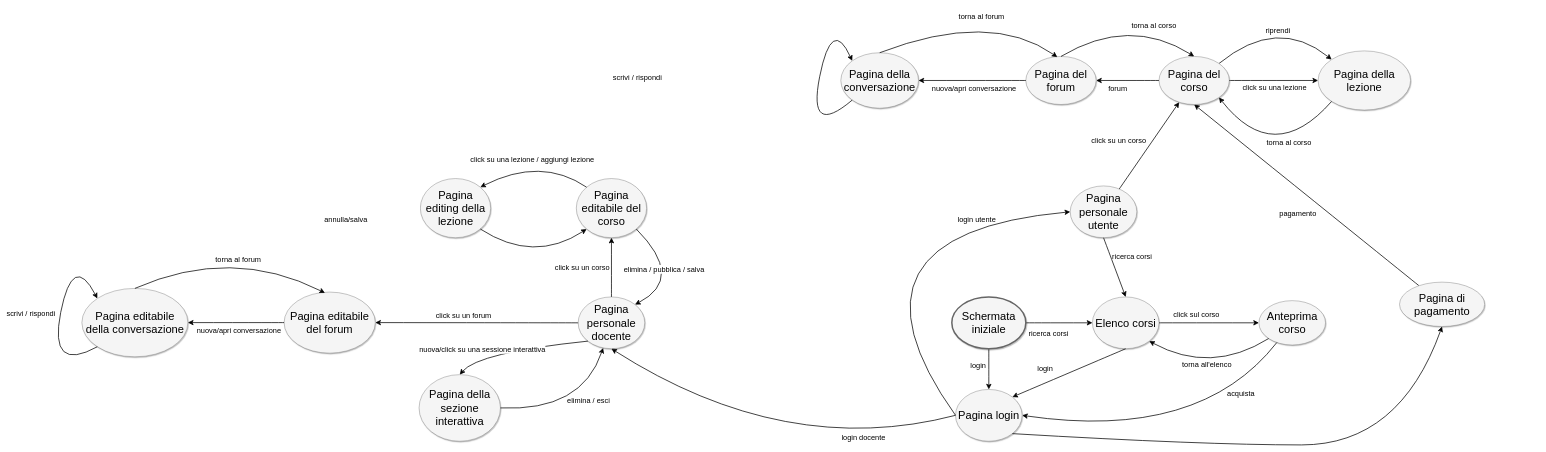
Before: Untitled Diagram.drawio in PaleAle0704/tdp, a draw.io diagram. Source tidied: cells renumbered, new cells numbered last; positions are measured from the earlier drawing's top-left corner, leaving out a move shared by most shapes. Both pictures are drawn from the tidied source at 37%, with x=0, y=0 at pixel (48, 10).
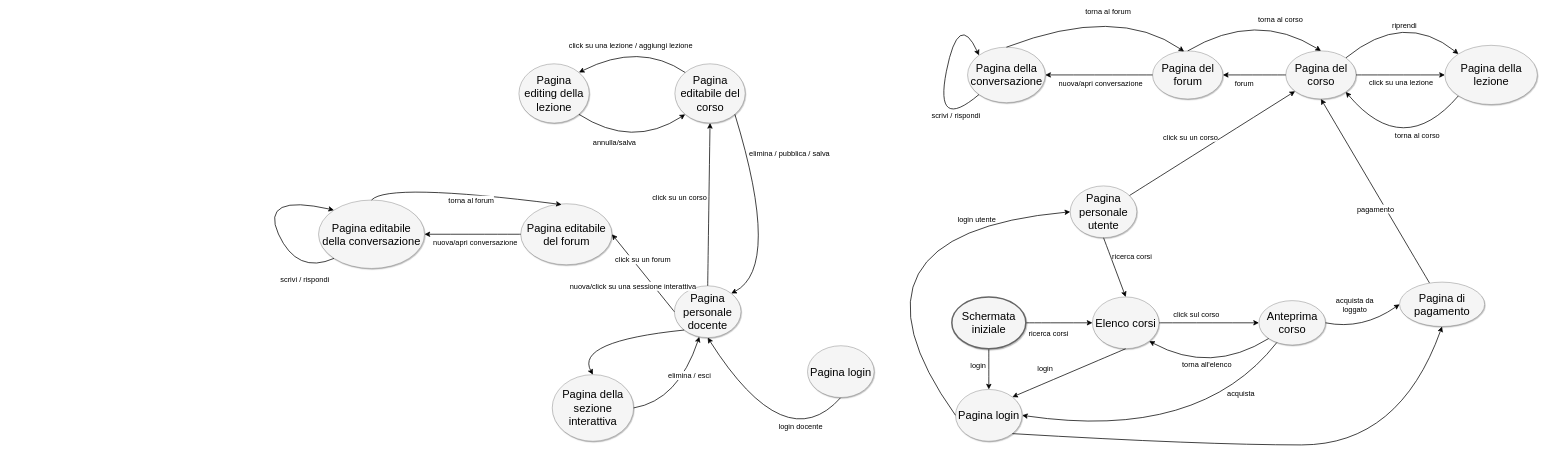
The same page after the edit.

Commit message:
diagrammi separati

Unchanged cells that the change refers to:
```xml
<mxCell id="15" value="Anteprima corso" style="ellipse;whiteSpace=wrap;html=1;rounded=0;shadow=1;strokeColor=#666666;strokeWidth=1;fontSize=30;align=center;fillColor=#f5f5f5;" parent="1" vertex="1">
  <mxGeometry x="3271" y="785" width="180" height="120" as="geometry" />
</mxCell>
<mxCell id="21" value="Pagina di pagamento" style="ellipse;whiteSpace=wrap;html=1;rounded=0;shadow=1;strokeColor=#666666;strokeWidth=1;fontSize=30;align=center;fillColor=#f5f5f5;" parent="1" vertex="1">
  <mxGeometry x="3651" y="735" width="230" height="120" as="geometry" />
</mxCell>
<mxCell id="31" value="Pagina login" style="ellipse;whiteSpace=wrap;html=1;rounded=0;shadow=1;strokeColor=#666666;strokeWidth=1;fontSize=30;align=center;fillColor=#f5f5f5;" parent="1" vertex="1">
  <mxGeometry x="2451" y="1025" width="180" height="140" as="geometry" />
</mxCell>
<mxCell id="53" style="edgeStyle=none;curved=1;html=1;startSize=10;endFill=1;endSize=10;strokeWidth=2;fontSize=12;entryX=0.5;entryY=1;entryDx=0;entryDy=0;exitX=0.5;exitY=0;exitDx=0;exitDy=0;" parent="1" edge="1" source="49" target="52">
  <mxGeometry relative="1" as="geometry" />
</mxCell>
```

What changed in the source:
```diff
@@
     <mxCell id="16" style="edgeStyle=none;curved=1;html=1;startSize=10;endFill=1;endSize=10;strokeWidth=2;fontSize=12;entryX=0;entryY=0;entryDx=0;entryDy=0;exitX=1;exitY=0;exitDx=0;exitDy=0;" parent="1" edge="1" source="18" target="25">
       <mxGeometry relative="1" as="geometry">
         <Array as="points">
-          <mxPoint x="3320.9" y="15" />
+          <mxPoint x="3663.5" />
         </Array>
       </mxGeometry>
     </mxCell>
@@
     <mxCell id="18" value="Pagina del corso" style="ellipse;whiteSpace=wrap;html=1;rounded=0;shadow=1;strokeColor=#666666;strokeWidth=1;fontSize=30;align=center;fillColor=#f5f5f5;" parent="1" vertex="1">
-      <mxGeometry x="3001" y="125" width="190" height="130" as="geometry" />
+      <mxGeometry x="3343.6" y="110" width="190" height="130" as="geometry" />
     </mxCell>
@@
     <mxCell id="25" value="Pagina della lezione" style="ellipse;whiteSpace=wrap;html=1;rounded=0;shadow=1;strokeColor=#666666;strokeWidth=1;fontSize=30;align=center;fillColor=#f5f5f5;" parent="1" vertex="1">
-      <mxGeometry x="3430.9" y="110" width="250" height="160" as="geometry" />
+      <mxGeometry x="3773.5" y="95" width="250" height="160" as="geometry" />
     </mxCell>
@@
     <mxCell id="27" style="edgeStyle=none;curved=1;html=1;startSize=10;endFill=1;endSize=10;strokeWidth=2;fontSize=12;exitX=0;exitY=1;exitDx=0;exitDy=0;entryX=1;entryY=1;entryDx=0;entryDy=0;" parent="1" edge="1" source="25" target="18">
       <mxGeometry relative="1" as="geometry">
         <Array as="points">
-          <mxPoint x="3310.9" y="425" />
+          <mxPoint x="3661" y="405" />
         </Array>
       </mxGeometry>
     </mxCell>
@@
     <mxCell id="36" value="Pagina del forum" style="ellipse;whiteSpace=wrap;html=1;rounded=0;shadow=1;strokeColor=#666666;strokeWidth=1;fontSize=30;align=center;fillColor=#f5f5f5;" parent="1" vertex="1">
-      <mxGeometry x="2641" y="125" width="190" height="130" as="geometry" />
+      <mxGeometry x="2983.6" y="110" width="190" height="130" as="geometry" />
     </mxCell>
     <mxCell id="37" style="edgeStyle=none;curved=1;html=1;startSize=10;endFill=1;endSize=10;strokeWidth=2;fontSize=12;entryX=0.5;entryY=0;entryDx=0;entryDy=0;exitX=0.5;exitY=0;exitDx=0;exitDy=0;" parent="1" edge="1" source="36" target="18">
       <mxGeometry relative="1" as="geometry">
         <Array as="points">
-          <mxPoint x="2921" y="15" />
+          <mxPoint x="3263.6" />
         </Array>
       </mxGeometry>
     </mxCell>
@@
     <mxCell id="39" value="Pagina della conversazione" style="ellipse;whiteSpace=wrap;html=1;rounded=0;shadow=1;strokeColor=#666666;strokeWidth=1;fontSize=30;align=center;fillColor=#f5f5f5;" parent="1" vertex="1">
-      <mxGeometry x="2141" y="115" width="210" height="150" as="geometry" />
+      <mxGeometry x="2483.6" y="100" width="210" height="150" as="geometry" />
     </mxCell>
@@
     <mxCell id="42" style="edgeStyle=none;curved=1;html=1;startSize=10;endFill=1;endSize=10;strokeWidth=2;fontSize=12;entryX=0.448;entryY=0.014;entryDx=0;entryDy=0;exitX=0.5;exitY=0;exitDx=0;exitDy=0;entryPerimeter=0;" parent="1" edge="1" source="39" target="36">
       <mxGeometry relative="1" as="geometry">
         <Array as="points">
-          <mxPoint x="2546" />
+          <mxPoint x="2888.6" y="-15" />
         </Array>
       </mxGeometry>
     </mxCell>
@@
     <mxCell id="44" style="edgeStyle=none;curved=1;html=1;startSize=10;endFill=1;endSize=10;strokeWidth=2;fontSize=12;entryX=0;entryY=0;entryDx=0;entryDy=0;exitX=0;exitY=1;exitDx=0;exitDy=0;" parent="1" edge="1" source="39" target="39">
       <mxGeometry relative="1" as="geometry">
         <Array as="points">
-          <mxPoint x="2051" y="345" />
-          <mxPoint x="2116.5" y="15" />
+          <mxPoint x="2393.6" y="330" />
+          <mxPoint x="2459.1" />
         </Array>
       </mxGeometry>
     </mxCell>
     <mxCell id="45" value="scrivi / rispondi" style="text;html=1;align=center;verticalAlign=middle;labelBackgroundColor=#ffffff;fontSize=20;" parent="44" vertex="1">
       <mxGeometry x="0.17" y="-3" relative="1" as="geometry">
-        <mxPoint x="-504" y="40" as="offset" />
+        <mxPoint x="14" y="158" as="offset" />
       </mxGeometry>
     </mxCell>
@@
     <mxCell id="49" value="&lt;div&gt;Pagina personale&lt;/div&gt;&lt;div&gt;docente&lt;br&gt;&lt;/div&gt;" style="ellipse;whiteSpace=wrap;html=1;rounded=0;shadow=1;strokeColor=#666666;strokeWidth=1;fontSize=30;align=center;fillColor=#f5f5f5;" parent="1" vertex="1">
-      <mxGeometry x="1431.1" y="775" width="180" height="140" as="geometry" />
+      <mxGeometry x="1691.2" y="745" width="180" height="140" as="geometry" />
     </mxCell>
-    <mxCell id="50" style="edgeStyle=none;curved=1;html=1;startSize=10;endArrow=classic;endFill=1;endSize=10;strokeColor=#000000;strokeWidth=2;fontSize=12;entryX=0.5;entryY=1;entryDx=0;entryDy=0;exitX=0;exitY=0.5;exitDx=0;exitDy=0;" parent="1" edge="1" source="31" target="49">
+    <mxCell id="50" style="edgeStyle=none;curved=1;html=1;startSize=10;endArrow=classic;endFill=1;endSize=10;strokeColor=#000000;strokeWidth=2;fontSize=12;entryX=0.5;entryY=1;entryDx=0;entryDy=0;exitX=0.5;exitY=1;exitDx=0;exitDy=0;" parent="1" edge="1" source="79" target="49">
       <mxGeometry relative="1" as="geometry">
         <Array as="points">
           <mxPoint x="1991" y="1215" />
         </Array>
       </mxGeometry>
     </mxCell>
     <mxCell id="51" value="login docente" style="text;html=1;align=center;verticalAlign=middle;labelBackgroundColor=#ffffff;fontSize=20;" parent="1" vertex="1">
-      <mxGeometry x="2211" y="1155" as="geometry">
+      <mxGeometry x="2041" y="1125" as="geometry">
         <mxPoint x="-10" y="-2" as="offset" />
       </mxGeometry>
     </mxCell>
     <mxCell id="52" value="Pagina editabile del corso" style="ellipse;whiteSpace=wrap;html=1;rounded=0;shadow=1;strokeColor=#666666;strokeWidth=1;fontSize=30;align=center;fillColor=#f5f5f5;" parent="1" vertex="1">
-      <mxGeometry x="1426.1" y="455" width="190" height="160" as="geometry" />
+      <mxGeometry x="1692.5" y="145" width="190" height="160" as="geometry" />
     </mxCell>
@@
     <mxCell id="54" value="click su un corso" style="text;html=1;align=center;verticalAlign=middle;labelBackgroundColor=#ffffff;fontSize=20;" parent="53" vertex="1">
       <mxGeometry x="-0.07" y="-2" relative="1" as="geometry">
-        <mxPoint x="-82" y="-6" as="offset" />
+        <mxPoint x="-82" y="-36" as="offset" />
       </mxGeometry>
     </mxCell>
     <mxCell id="55" value="Pagina editing della lezione" style="ellipse;whiteSpace=wrap;html=1;rounded=0;shadow=1;strokeColor=#666666;strokeWidth=1;fontSize=30;align=center;fillColor=#f5f5f5;" parent="1" vertex="1">
-      <mxGeometry x="1004.6" y="455" width="190" height="160" as="geometry" />
+      <mxGeometry x="1271" y="145" width="190" height="160" as="geometry" />
     </mxCell>
     <mxCell id="56" style="edgeStyle=none;curved=1;html=1;startSize=10;endFill=1;endSize=10;strokeWidth=2;fontSize=12;entryX=1;entryY=0;entryDx=0;entryDy=0;exitX=0;exitY=0;exitDx=0;exitDy=0;" parent="1" edge="1" source="52" target="55">
       <mxGeometry relative="1" as="geometry">
         <Array as="points">
-          <mxPoint x="1331.1" y="395" />
+          <mxPoint x="1597.5" y="85" />
         </Array>
       </mxGeometry>
     </mxCell>
@@
     <mxCell id="58" style="edgeStyle=none;curved=1;html=1;startSize=10;endFill=1;endSize=10;strokeWidth=2;fontSize=12;entryX=0;entryY=1;entryDx=0;entryDy=0;exitX=1;exitY=1;exitDx=0;exitDy=0;" parent="1" edge="1" source="55" target="52">
       <mxGeometry relative="1" as="geometry">
         <Array as="points">
-          <mxPoint x="1311.1" y="685" />
+          <mxPoint x="1577.5" y="375" />
         </Array>
       </mxGeometry>
     </mxCell>
     <mxCell id="59" value="annulla/salva" style="text;html=1;align=center;verticalAlign=middle;labelBackgroundColor=#ffffff;fontSize=20;" parent="58" vertex="1">
       <mxGeometry x="-0.07" y="-2" relative="1" as="geometry">
-        <mxPoint x="-497" y="-114" as="offset" />
+        <mxPoint x="-37" y="-14" as="offset" />
       </mxGeometry>
     </mxCell>
     <mxCell id="60" style="edgeStyle=none;curved=1;html=1;startSize=10;endFill=1;endSize=10;strokeWidth=2;fontSize=12;entryX=1;entryY=0;entryDx=0;entryDy=0;exitX=1;exitY=1;exitDx=0;exitDy=0;" parent="1" edge="1" source="52" target="49">
       <mxGeometry relative="1" as="geometry">
         <Array as="points">
-          <mxPoint x="1721.1" y="725" />
+          <mxPoint x="1981.2" y="695" />
         </Array>
       </mxGeometry>
     </mxCell>
     <mxCell id="61" value="elimina / pubblica / salva" style="text;html=1;align=center;verticalAlign=middle;labelBackgroundColor=#ffffff;fontSize=20;" parent="60" vertex="1">
       <mxGeometry x="-0.07" y="-2" relative="1" as="geometry">
-        <mxPoint x="-37" y="-6" as="offset" />
+        <mxPoint x="69" y="-157" as="offset" />
       </mxGeometry>
     </mxCell>
     <mxCell id="62" value="Pagina editabile del forum" style="ellipse;whiteSpace=wrap;html=1;rounded=0;shadow=1;strokeColor=#666666;strokeWidth=1;fontSize=30;align=center;fillColor=#f5f5f5;" parent="1" vertex="1">
-      <mxGeometry x="636.3" y="761.9" width="246.5" height="165" as="geometry" />
+      <mxGeometry x="1275.9" y="523.1" width="246.5" height="165" as="geometry" />
     </mxCell>
     <mxCell id="63" value="Pagina editabile della conversazione" style="ellipse;whiteSpace=wrap;html=1;rounded=0;shadow=1;strokeColor=#666666;strokeWidth=1;fontSize=30;align=center;fillColor=#f5f5f5;" parent="1" vertex="1">
-      <mxGeometry x="89.8" y="751.9" width="286.5" height="185" as="geometry" />
+      <mxGeometry x="729.4" y="513.1" width="286.5" height="185" as="geometry" />
     </mxCell>
@@
     <mxCell id="66" style="edgeStyle=none;curved=1;html=1;startSize=10;endFill=1;endSize=10;strokeWidth=2;fontSize=12;entryX=0.448;entryY=0.014;entryDx=0;entryDy=0;exitX=0.5;exitY=0;exitDx=0;exitDy=0;entryPerimeter=0;" parent="1" edge="1" source="63" target="62">
       <mxGeometry relative="1" as="geometry">
         <Array as="points">
-          <mxPoint x="494.8" y="636.9" />
+          <mxPoint x="916.4" y="465.5" />
         </Array>
       </mxGeometry>
     </mxCell>
@@
     <mxCell id="68" style="edgeStyle=none;curved=1;html=1;startSize=10;endFill=1;endSize=10;strokeWidth=2;fontSize=12;entryX=0;entryY=0;entryDx=0;entryDy=0;exitX=0;exitY=1;exitDx=0;exitDy=0;" parent="1" edge="1" source="63" target="63">
       <mxGeometry relative="1" as="geometry">
         <Array as="points">
-          <mxPoint x="-0.2" y="981.9" />
-          <mxPoint x="65.3" y="651.9" />
+          <mxPoint x="671" y="715" />
+          <mxPoint x="571" y="495" />
         </Array>
       </mxGeometry>
     </mxCell>
     <mxCell id="69" value="scrivi / rispondi" style="text;html=1;align=center;verticalAlign=middle;labelBackgroundColor=#ffffff;fontSize=20;" parent="68" vertex="1">
       <mxGeometry x="0.17" y="-3" relative="1" as="geometry">
-        <mxPoint x="-94" y="50" as="offset" />
+        <mxPoint x="107" y="208" as="offset" />
       </mxGeometry>
     </mxCell>
@@
     <mxCell id="72" value="Pagina della sezione interattiva" style="ellipse;whiteSpace=wrap;html=1;rounded=0;shadow=1;strokeColor=#666666;strokeWidth=1;fontSize=30;align=center;fillColor=#f5f5f5;" parent="1" vertex="1">
-      <mxGeometry x="1001.1" y="985" width="220" height="180" as="geometry" />
+      <mxGeometry x="1361" y="985" width="220" height="180" as="geometry" />
     </mxCell>
     <mxCell id="73" style="edgeStyle=none;curved=1;html=1;startSize=10;endFill=1;endSize=10;strokeWidth=2;fontSize=12;exitX=0;exitY=1;exitDx=0;exitDy=0;entryX=0.5;entryY=0;entryDx=0;entryDy=0;" parent="1" edge="1" source="49" target="72">
       <mxGeometry relative="1" as="geometry">
         <Array as="points">
-          <mxPoint x="1161.1" y="925" />
+          <mxPoint x="1421.2" y="895" />
         </Array>
       </mxGeometry>
     </mxCell>
     <mxCell id="74" value="nuova/click su una sessione interattiva" style="text;html=1;align=center;verticalAlign=middle;labelBackgroundColor=#ffffff;fontSize=20;" parent="73" vertex="1">
       <mxGeometry x="0.17" y="-3" relative="1" as="geometry">
-        <mxPoint x="-67" y="1" as="offset" />
+        <mxPoint x="94" y="-140" as="offset" />
       </mxGeometry>
     </mxCell>
     <mxCell id="75" style="edgeStyle=none;curved=1;html=1;startSize=10;endFill=1;endSize=10;strokeWidth=2;fontSize=12;exitX=1;exitY=0.5;exitDx=0;exitDy=0;" parent="1" edge="1" source="72" target="49">
       <mxGeometry relative="1" as="geometry">
         <Array as="points">
-          <mxPoint x="1441" y="1085" />
+          <mxPoint x="1701.1" y="1055" />
         </Array>
       </mxGeometry>
     </mxCell>
@@
+    <mxCell id="77" style="edgeStyle=none;curved=1;html=1;startSize=10;endFill=1;endSize=10;strokeWidth=2;fontSize=12;entryX=0;entryY=0.5;entryDx=0;entryDy=0;exitX=1;exitY=0.5;exitDx=0;exitDy=0;" parent="1" edge="1" source="15" target="21">
+      <mxGeometry relative="1" as="geometry">
+        <Array as="points">
+          <mxPoint x="3551" y="865" />
+        </Array>
+      </mxGeometry>
+    </mxCell>
+    <mxCell id="78" value="&lt;div&gt;acquista da &lt;br&gt;&lt;/div&gt;&lt;div&gt;loggato&lt;/div&gt;" style="text;html=1;align=center;verticalAlign=middle;labelBackgroundColor=#ffffff;fontSize=20;" parent="77" vertex="1">
+      <mxGeometry x="-0.13" y="-6" relative="1" as="geometry">
+        <mxPoint x="-15" y="-75" as="offset" />
+      </mxGeometry>
+    </mxCell>
+    <mxCell id="79" value="Pagina login" style="ellipse;whiteSpace=wrap;html=1;rounded=0;shadow=1;strokeColor=#666666;strokeWidth=1;fontSize=30;align=center;fillColor=#f5f5f5;" parent="1" vertex="1">
+      <mxGeometry x="2051" y="906.9" width="180" height="140" as="geometry" />
+    </mxCell>
```
